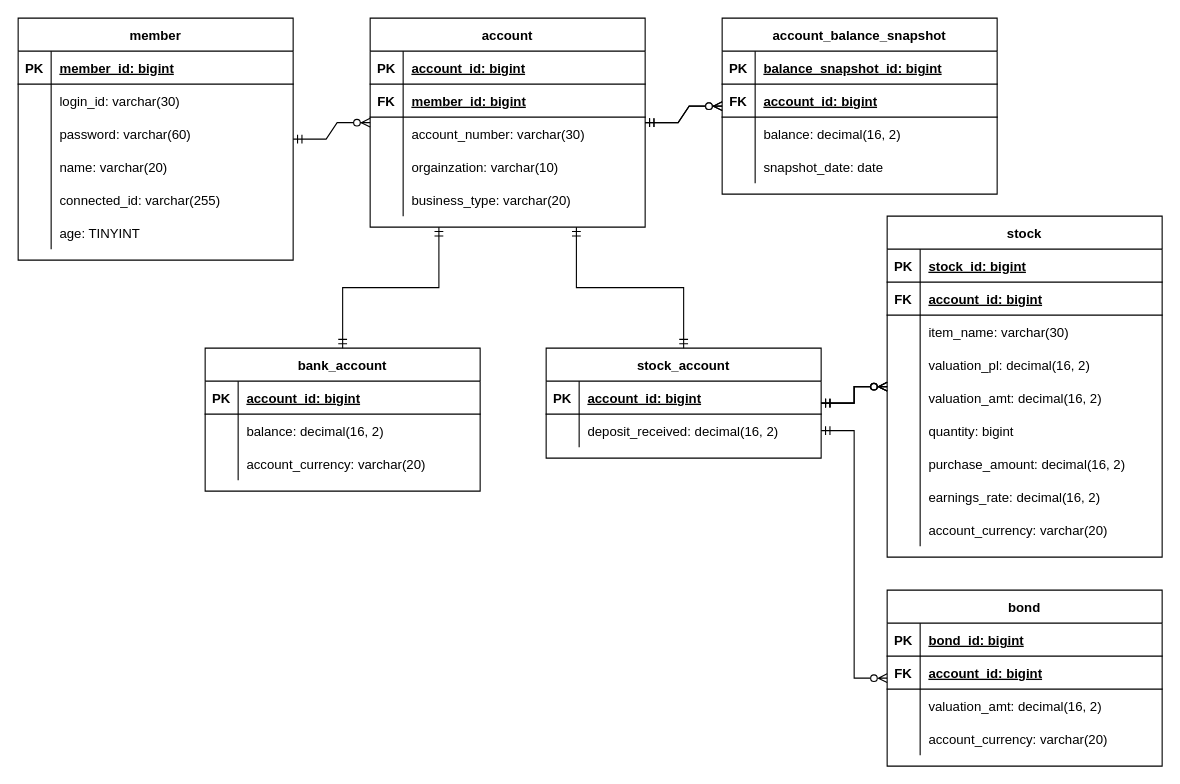
Earlier version of the draw.io diagram ER다이어그램(자산관리앱).drawio (GunwooJo/AssetManagement). Source tidied: cells renumbered, new cells numbered last; positions are measured from the earlier drawing's top-left corner, leaving out a move shared by most shapes. Both pictures are drawn from the tidied source at 110%, with x=0, y=0 at pixel (18, 18).
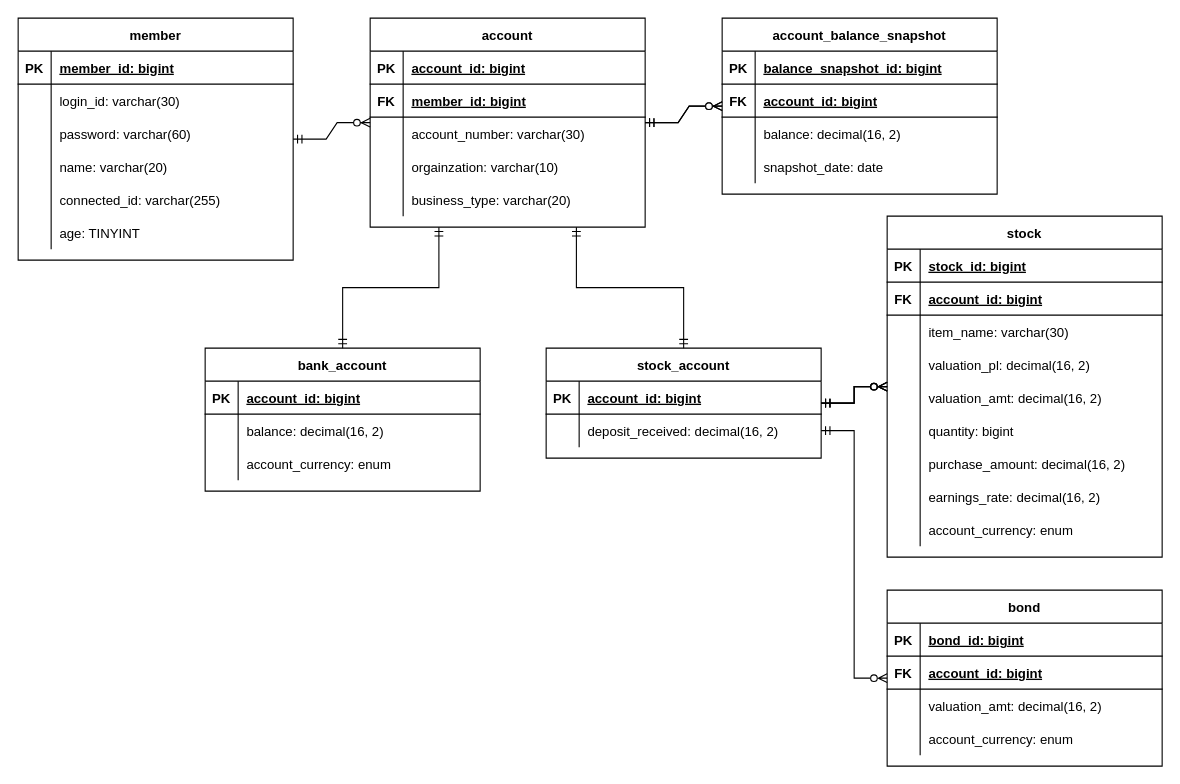
Above is the later version.

Commit message:
속성 타입 변경(account_currency: enum('KRW','USD','JPY','EUR'))

The change refers to these unchanged cells:
```xml
<mxCell id="60" style="shape=partialRectangle;fillColor=none;top=0;left=0;right=0;bottom=0;" parent="53" vertex="1">
  <mxGeometry y="90" width="250" height="30" as="geometry" />
</mxCell>
<mxCell id="97" style="shape=partialRectangle;fillColor=none;top=0;left=0;right=0;bottom=0;" parent="72" vertex="1">
  <mxGeometry y="270" width="250" height="30" as="geometry" />
</mxCell>
<mxCell id="111" style="shape=partialRectangle;fillColor=none;top=0;left=0;right=0;bottom=0;" parent="101" vertex="1">
  <mxGeometry y="120" width="250" height="30" as="geometry" />
</mxCell>
```

The edit, as a diff of the source:
```diff
@@
-    <mxCell id="62" value="account_currency: varchar(20)" style="shape=partialRectangle;overflow=hidden;fillColor=none;top=0;left=0;bottom=0;right=0;align=left;spacingLeft=6;" parent="60" vertex="1">
+    <mxCell id="62" value="account_currency: enum" style="shape=partialRectangle;overflow=hidden;fillColor=none;top=0;left=0;bottom=0;right=0;align=left;spacingLeft=6;" parent="60" vertex="1">
       <mxGeometry x="30" width="220" height="30" as="geometry" />
     </mxCell>
@@
-    <mxCell id="99" value="account_currency: varchar(20)" style="shape=partialRectangle;overflow=hidden;fillColor=none;top=0;left=0;bottom=0;right=0;align=left;spacingLeft=6;" parent="97" vertex="1">
+    <mxCell id="99" value="account_currency: enum" style="shape=partialRectangle;overflow=hidden;fillColor=none;top=0;left=0;bottom=0;right=0;align=left;spacingLeft=6;" parent="97" vertex="1">
       <mxGeometry x="30" width="220" height="30" as="geometry" />
     </mxCell>
@@
-    <mxCell id="113" value="account_currency: varchar(20)" style="shape=partialRectangle;overflow=hidden;fillColor=none;top=0;left=0;bottom=0;right=0;align=left;spacingLeft=6;" parent="111" vertex="1">
+    <mxCell id="113" value="account_currency: enum" style="shape=partialRectangle;overflow=hidden;fillColor=none;top=0;left=0;bottom=0;right=0;align=left;spacingLeft=6;" parent="111" vertex="1">
       <mxGeometry x="30" width="220" height="30" as="geometry" />
     </mxCell>
```
